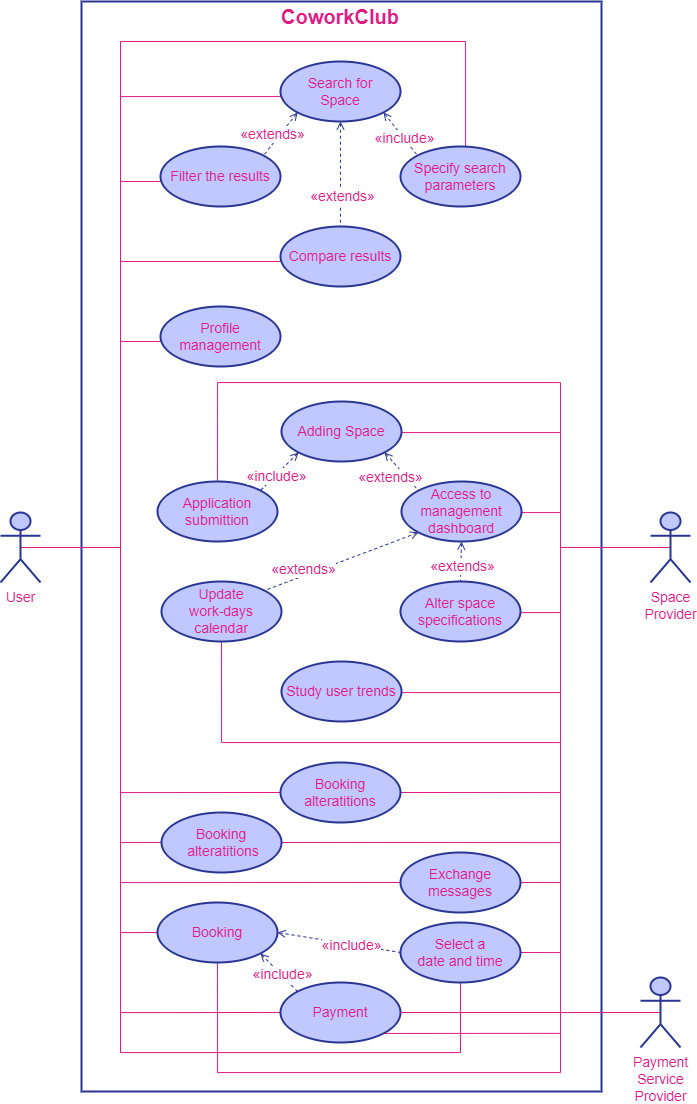
The draw.io diagram documentation/elaboration/use-case.png in DavidAraujo98/CoworkClub, before a commit. Source tidied: cells renumbered, new cells last; positions are measured from the earlier drawing's top-left corner, leaving out a move shared by most shapes.
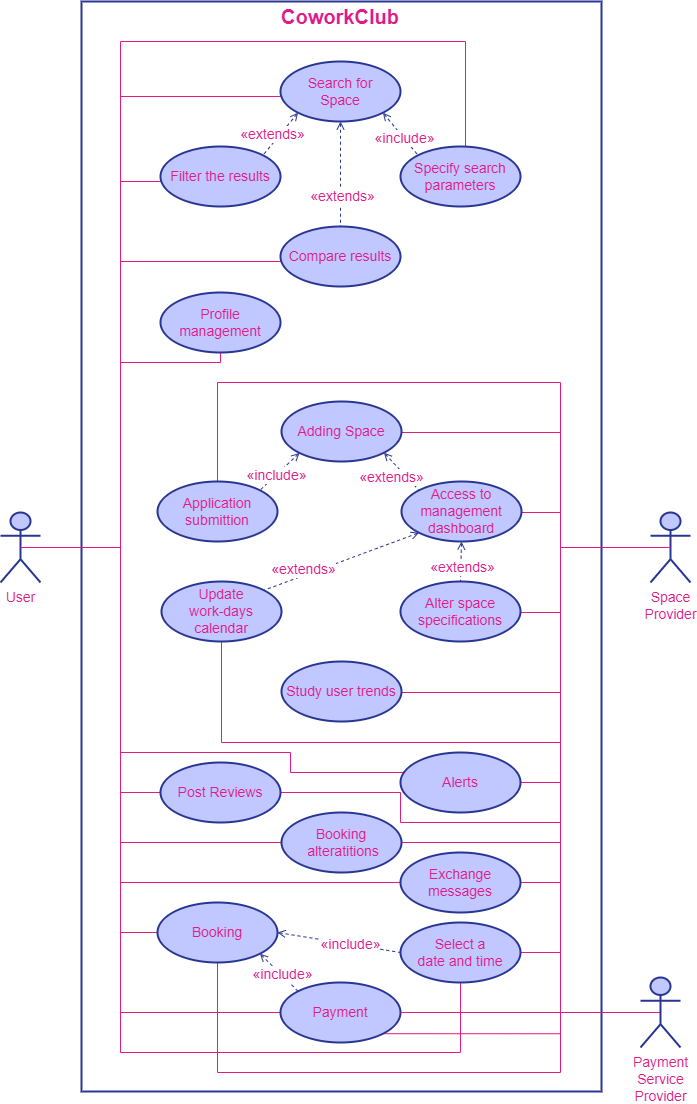
Above is the later version.

Change to the diagram source:
```diff
@@ -43,20 +43,23 @@
         </Array>
       </mxGeometry>
     </mxCell>
-    <mxCell id="7" style="edgeStyle=orthogonalEdgeStyle;rounded=0;jettySize=auto;html=1;exitX=0.5;exitY=0.5;exitDx=0;exitDy=0;exitPerimeter=0;entryX=0;entryY=0.5;entryDx=0;entryDy=0;fontSize=14;fontColor=#E01B84;startArrow=none;startFill=0;endArrow=none;endFill=0;strokeColor=#E01B84;" parent="1" edge="1" source="14" target="39">
+    <mxCell id="7" style="edgeStyle=orthogonalEdgeStyle;rounded=0;jettySize=auto;html=1;exitX=0.5;exitY=0.5;exitDx=0;exitDy=0;exitPerimeter=0;entryX=0.5;entryY=1;entryDx=0;entryDy=0;fontSize=14;fontColor=#E01B84;startArrow=none;startFill=0;endArrow=none;endFill=0;strokeColor=#E01B84;" parent="1" edge="1" source="14" target="39">
       <mxGeometry relative="1" as="geometry">
         <Array as="points">
           <mxPoint x="120" y="546" />
-          <mxPoint x="120" y="340" />
-          <mxPoint x="160" y="340" />
+          <mxPoint x="120" y="361" />
+          <mxPoint x="220" y="361" />
         </Array>
       </mxGeometry>
     </mxCell>
-    <mxCell id="8" style="edgeStyle=orthogonalEdgeStyle;rounded=0;jettySize=auto;html=1;exitX=0.5;exitY=0.5;exitDx=0;exitDy=0;exitPerimeter=0;entryX=0;entryY=0.5;entryDx=0;entryDy=0;fontSize=14;fontColor=#E01B84;startArrow=none;startFill=0;endArrow=none;endFill=0;strokeColor=#E01B84;" parent="1" edge="1" source="14" target="54">
+    <mxCell id="8" style="edgeStyle=orthogonalEdgeStyle;rounded=0;jettySize=auto;html=1;exitX=0.5;exitY=0.5;exitDx=0;exitDy=0;exitPerimeter=0;entryX=0;entryY=0;entryDx=0;entryDy=0;fontSize=14;fontColor=#E01B84;startArrow=none;startFill=0;endArrow=none;endFill=0;strokeColor=#E01B84;" parent="1" edge="1" source="14" target="54">
       <mxGeometry relative="1" as="geometry">
         <Array as="points">
           <mxPoint x="120" y="546" />
-          <mxPoint x="120" y="791" />
+          <mxPoint x="120" y="751" />
+          <mxPoint x="290" y="751" />
+          <mxPoint x="290" y="771" />
+          <mxPoint x="417" y="771" />
         </Array>
       </mxGeometry>
     </mxCell>
@@ -162,7 +165,7 @@
       <mxGeometry relative="1" as="geometry">
         <Array as="points">
           <mxPoint x="560" y="546" />
-          <mxPoint x="560" y="791" />
+          <mxPoint x="560" y="781" />
         </Array>
       </mxGeometry>
     </mxCell>
@@ -248,7 +251,7 @@
       </mxGeometry>
     </mxCell>
     <mxCell id="39" value="Profile management" style="ellipse;whiteSpace=wrap;html=1;fontSize=14;fontColor=#E01B84;strokeColor=#283592;strokeWidth=2;fillColor=#C0C8FF;" parent="1" vertex="1">
-      <mxGeometry x="160" y="305" width="120" height="60" as="geometry" />
+      <mxGeometry x="160" y="291" width="120" height="60" as="geometry" />
     </mxCell>
     <mxCell id="40" value="Adding Space" style="ellipse;whiteSpace=wrap;html=1;fontSize=14;fontColor=#E01B84;strokeColor=#283592;strokeWidth=2;fillColor=#C0C8FF;" parent="1" vertex="1">
       <mxGeometry x="281" y="400" width="120" height="60" as="geometry" />
@@ -298,11 +301,11 @@
     <mxCell id="53" value="Study user trends" style="ellipse;whiteSpace=wrap;html=1;fontSize=14;fontColor=#E01B84;strokeColor=#283592;strokeWidth=2;fillColor=#C0C8FF;" parent="1" vertex="1">
       <mxGeometry x="281" y="660" width="120" height="60" as="geometry" />
     </mxCell>
-    <mxCell id="54" value="Booking alteratitions" style="ellipse;whiteSpace=wrap;html=1;fontSize=14;fontColor=#E01B84;strokeColor=#283592;strokeWidth=2;fillColor=#C0C8FF;" parent="1" vertex="1">
-      <mxGeometry x="280" y="761" width="120" height="60" as="geometry" />
+    <mxCell id="54" value="Alerts" style="ellipse;whiteSpace=wrap;html=1;fontSize=14;fontColor=#E01B84;strokeColor=#283592;strokeWidth=2;fillColor=#C0C8FF;" parent="1" vertex="1">
+      <mxGeometry x="400" y="751" width="120" height="60" as="geometry" />
     </mxCell>
     <mxCell id="55" value="Booking&lt;span style=&quot;color: rgba(0, 0, 0, 0); font-family: monospace; font-size: 0px; text-align: start;&quot;&gt;%3CmxGraphModel%3E%3Croot%3E%3CmxCell%20id%3D%220%22%2F%3E%3CmxCell%20id%3D%221%22%20parent%3D%220%22%2F%3E%3CmxCell%20id%3D%222%22%20value%3D%22Booking%20alteratitions%22%20style%3D%22ellipse%3BwhiteSpace%3Dwrap%3Bhtml%3D1%3BfontSize%3D14%3BfontColor%3D%23E01B84%3BstrokeColor%3D%23283592%3BstrokeWidth%3D2%3BfillColor%3D%23C0C8FF%3B%22%20vertex%3D%221%22%20parent%3D%221%22%3E%3CmxGeometry%20x%3D%22360%22%20y%3D%22880%22%20width%3D%22120%22%20height%3D%2260%22%20as%3D%22geometry%22%2F%3E%3C%2FmxCell%3E%3C%2Froot%3E%3C%2FmxGraphModel%3E&lt;/span&gt;&lt;span style=&quot;color: rgba(0, 0, 0, 0); font-family: monospace; font-size: 0px; text-align: start;&quot;&gt;%3CmxGraphModel%3E%3Croot%3E%3CmxCell%20id%3D%220%22%2F%3E%3CmxCell%20id%3D%221%22%20parent%3D%220%22%2F%3E%3CmxCell%20id%3D%222%22%20value%3D%22Booking%20alteratitions%22%20style%3D%22ellipse%3BwhiteSpace%3Dwrap%3Bhtml%3D1%3BfontSize%3D14%3BfontColor%3D%23E01B84%3BstrokeColor%3D%23283592%3BstrokeWidth%3D2%3BfillColor%3D%23C0C8FF%3B%22%20vertex%3D%221%22%20parent%3D%221%22%3E%3CmxGeometry%20x%3D%22360%22%20y%3D%22880%22%20width%3D%22120%22%20height%3D%2260%22%20as%3D%22geometry%22%2F%3E%3C%2FmxCell%3E%3C%2Froot%3E%3C%2FmxGraphModel%3E&lt;/span&gt;&lt;br&gt;&amp;nbsp;alteratitions" style="ellipse;whiteSpace=wrap;html=1;fontSize=14;fontColor=#E01B84;strokeColor=#283592;strokeWidth=2;fillColor=#C0C8FF;" parent="1" vertex="1">
-      <mxGeometry x="161" y="811" width="120" height="60" as="geometry" />
+      <mxGeometry x="281" y="811" width="120" height="60" as="geometry" />
     </mxCell>
     <mxCell id="56" value="Exchange messages" style="ellipse;whiteSpace=wrap;html=1;fontSize=14;fontColor=#E01B84;strokeColor=#283592;strokeWidth=2;fillColor=#C0C8FF;" parent="1" vertex="1">
       <mxGeometry x="400" y="851" width="120" height="60" as="geometry" />
@@ -336,5 +339,26 @@
     <mxCell id="65" value="Payment&lt;br&gt;Service&lt;br&gt;Provider" style="shape=umlActor;verticalLabelPosition=bottom;verticalAlign=top;html=1;outlineConnect=0;fontSize=14;fontColor=#E01B84;strokeColor=#283592;strokeWidth=2;fillColor=#C0C8FF;" parent="1" vertex="1">
       <mxGeometry x="640" y="976" width="40" height="70" as="geometry" />
     </mxCell>
+    <mxCell id="66" style="edgeStyle=orthogonalEdgeStyle;rounded=0;jettySize=auto;html=1;exitX=0;exitY=0.5;exitDx=0;exitDy=0;entryX=0.5;entryY=0.5;entryDx=0;entryDy=0;entryPerimeter=0;fontSize=14;fontColor=#E01B84;startArrow=none;startFill=0;endArrow=none;endFill=0;strokeColor=#E01B84;" parent="1" edge="1" source="68" target="14">
+      <mxGeometry relative="1" as="geometry">
+        <Array as="points">
+          <mxPoint x="120" y="791" />
+          <mxPoint x="120" y="546" />
+        </Array>
+      </mxGeometry>
+    </mxCell>
+    <mxCell id="67" style="edgeStyle=orthogonalEdgeStyle;rounded=0;jettySize=auto;html=1;exitX=1;exitY=0.5;exitDx=0;exitDy=0;entryX=0.5;entryY=0.5;entryDx=0;entryDy=0;entryPerimeter=0;fontSize=14;fontColor=#E01B84;startArrow=none;startFill=0;endArrow=none;endFill=0;strokeColor=#E01B84;" parent="1" edge="1" source="68" target="27">
+      <mxGeometry relative="1" as="geometry">
+        <Array as="points">
+          <mxPoint x="400" y="791" />
+          <mxPoint x="400" y="821" />
+          <mxPoint x="560" y="821" />
+          <mxPoint x="560" y="546" />
+        </Array>
+      </mxGeometry>
+    </mxCell>
+    <mxCell id="68" value="Post Reviews" style="ellipse;whiteSpace=wrap;html=1;fontSize=14;fontColor=#E01B84;strokeColor=#283592;strokeWidth=2;fillColor=#C0C8FF;" parent="1" vertex="1">
+      <mxGeometry x="160" y="761" width="120" height="60" as="geometry" />
+    </mxCell>
   </root>
 </mxGraphModel>
```
